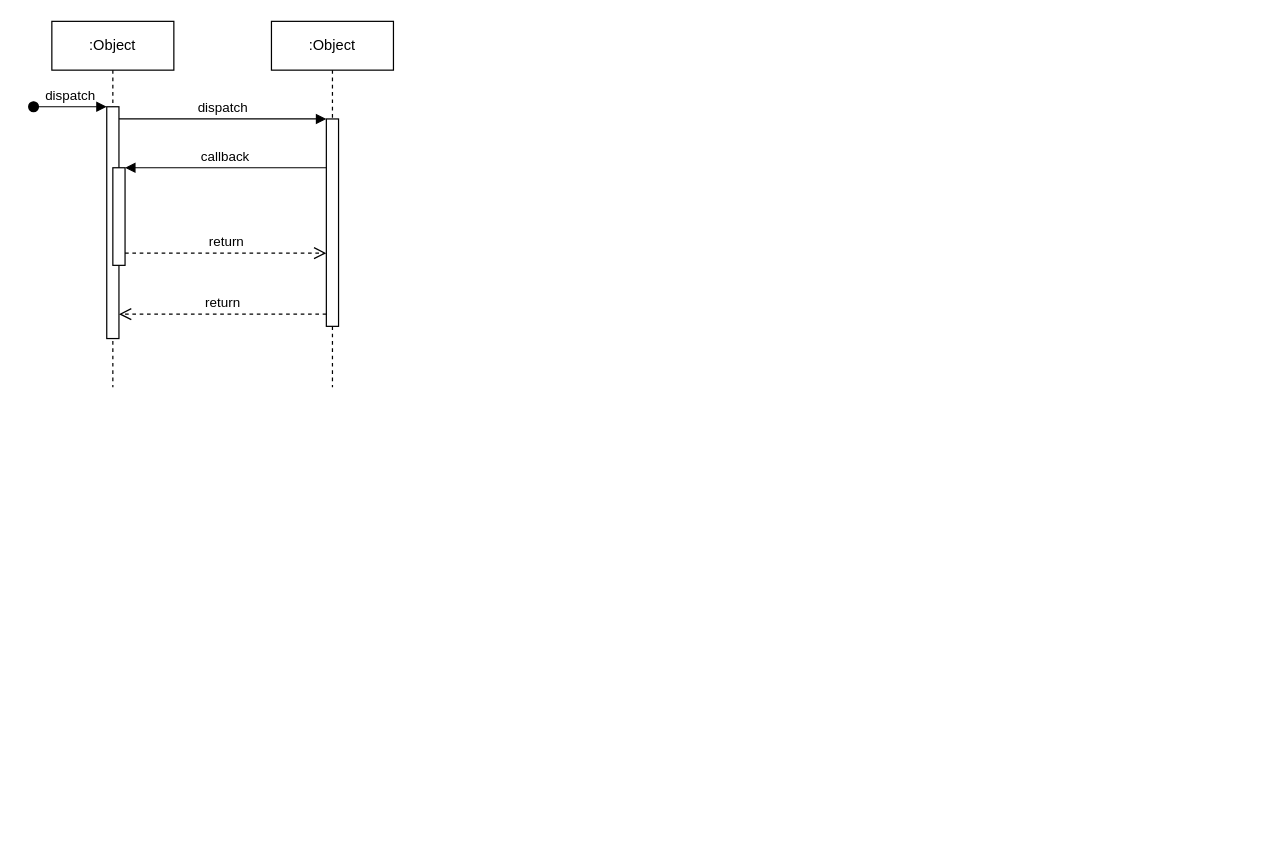
Before: devops/OAuth20-Sequence-Diagram.drawio in Adam-Lechnos/diagrams-charts, a draw.io diagram. Source tidied: cells renumbered, new cells numbered last; positions are measured from the earlier drawing's top-left corner, leaving out a move shared by most shapes. Both pictures are drawn from the tidied source at 122%, with x=0, y=0 at pixel (33, 21).
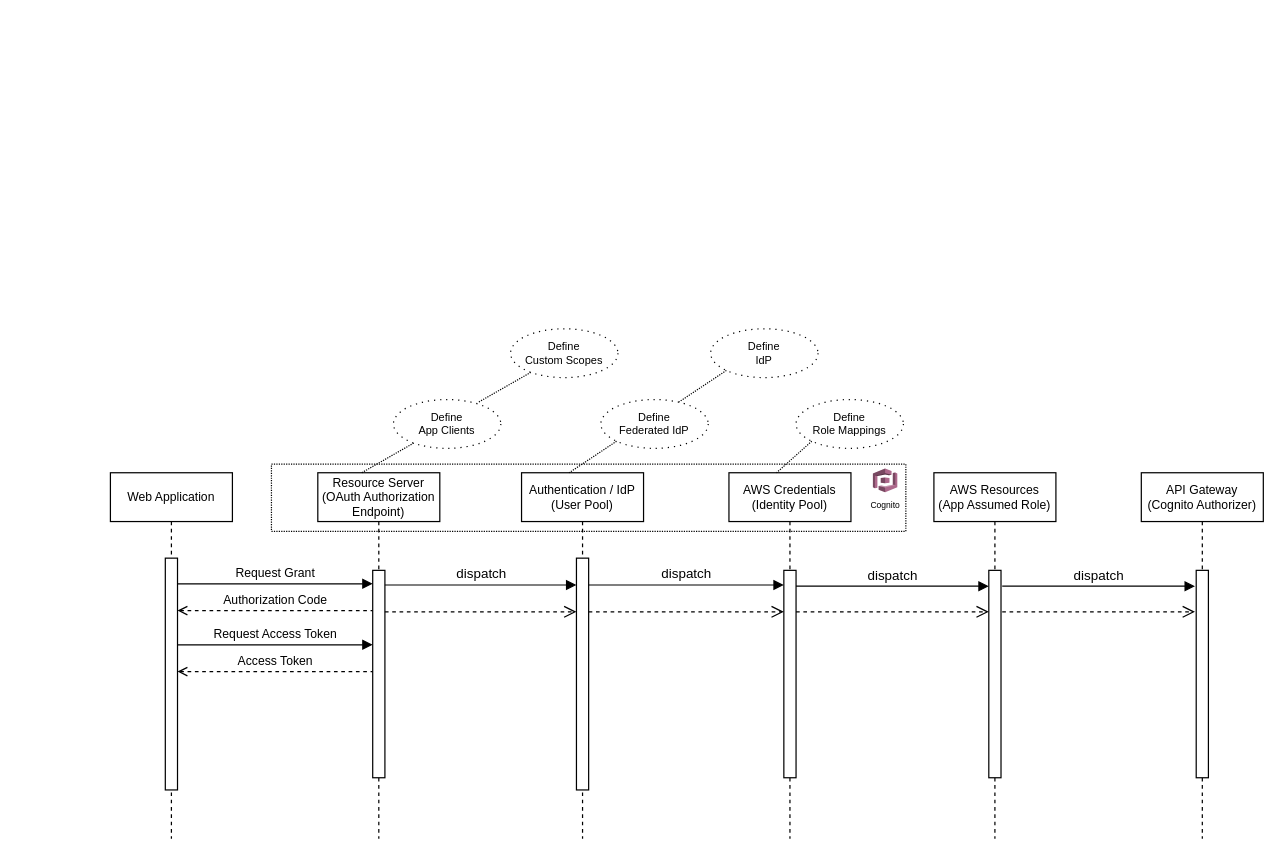
The same page after the edit.

The change refers to these unchanged cells:
```xml
<mxCell id="3" style="html=1;points=[];perimeter=orthogonalPerimeter;outlineConnect=0;targetShapes=umlLifeline;portConstraint=eastwest;newEdgeStyle={&quot;edgeStyle&quot;:&quot;elbowEdgeStyle&quot;,&quot;elbow&quot;:&quot;vertical&quot;,&quot;curved&quot;:0,&quot;rounded&quot;:0};" parent="2" vertex="1">
  <mxGeometry x="45" y="70" width="10" height="190" as="geometry" />
</mxCell>
<mxCell id="7" style="html=1;points=[];perimeter=orthogonalPerimeter;outlineConnect=0;targetShapes=umlLifeline;portConstraint=eastwest;newEdgeStyle={&quot;edgeStyle&quot;:&quot;elbowEdgeStyle&quot;,&quot;elbow&quot;:&quot;vertical&quot;,&quot;curved&quot;:0,&quot;rounded&quot;:0};" parent="6" vertex="1">
  <mxGeometry x="45" y="80" width="10" height="170" as="geometry" />
</mxCell>
```

Change to the diagram source:
```diff
@@
+    <mxCell id="12" style="rounded=0;whiteSpace=wrap;html=1;fillColor=none;dashed=1;dashPattern=1 1;" parent="1" vertex="1">
+      <mxGeometry x="195" y="363" width="520" height="55" as="geometry" />
+    </mxCell>
-    <mxCell id="2" value=":Object" style="shape=umlLifeline;perimeter=lifelinePerimeter;whiteSpace=wrap;html=1;newEdgeStyle={&quot;edgeStyle&quot;:&quot;elbowEdgeStyle&quot;,&quot;elbow&quot;:&quot;vertical&quot;,&quot;curved&quot;:0,&quot;rounded&quot;:0};" parent="1" vertex="1">
-      <mxGeometry x="15" width="100" height="300" as="geometry" />
+    <mxCell id="2" value="Web Application" style="shape=umlLifeline;perimeter=lifelinePerimeter;whiteSpace=wrap;html=1;newEdgeStyle={&quot;edgeStyle&quot;:&quot;elbowEdgeStyle&quot;,&quot;elbow&quot;:&quot;vertical&quot;,&quot;curved&quot;:0,&quot;rounded&quot;:0};fontSize=10;" parent="1" vertex="1">
+      <mxGeometry x="63" y="370" width="100" height="300" as="geometry" />
     </mxCell>
@@
-    <mxCell id="4" value="dispatch" style="html=1;verticalAlign=bottom;startArrow=oval;endArrow=block;startSize=8;edgeStyle=elbowEdgeStyle;elbow=vertical;curved=0;rounded=0;" parent="2" edge="1" target="3">
-      <mxGeometry relative="1" as="geometry">
-        <mxPoint x="-15" y="70" as="sourcePoint" />
-      </mxGeometry>
-    </mxCell>
-    <mxCell id="5" style="html=1;points=[];perimeter=orthogonalPerimeter;outlineConnect=0;targetShapes=umlLifeline;portConstraint=eastwest;newEdgeStyle={&quot;edgeStyle&quot;:&quot;elbowEdgeStyle&quot;,&quot;elbow&quot;:&quot;vertical&quot;,&quot;curved&quot;:0,&quot;rounded&quot;:0};" parent="2" vertex="1">
-      <mxGeometry x="50" y="120" width="10" height="80" as="geometry" />
-    </mxCell>
-    <mxCell id="6" value=":Object" style="shape=umlLifeline;perimeter=lifelinePerimeter;whiteSpace=wrap;html=1;newEdgeStyle={&quot;edgeStyle&quot;:&quot;elbowEdgeStyle&quot;,&quot;elbow&quot;:&quot;vertical&quot;,&quot;curved&quot;:0,&quot;rounded&quot;:0};" parent="1" vertex="1">
-      <mxGeometry x="195" width="100" height="300" as="geometry" />
+    <mxCell id="6" value="Resource Server&lt;br style=&quot;font-size: 10px;&quot;&gt;(OAuth Authorization Endpoint)" style="shape=umlLifeline;perimeter=lifelinePerimeter;whiteSpace=wrap;html=1;newEdgeStyle={&quot;edgeStyle&quot;:&quot;elbowEdgeStyle&quot;,&quot;elbow&quot;:&quot;vertical&quot;,&quot;curved&quot;:0,&quot;rounded&quot;:0};fontSize=10;" parent="1" vertex="1">
+      <mxGeometry x="233" y="370" width="100" height="300" as="geometry" />
     </mxCell>
@@
-    <mxCell id="8" value="dispatch" style="html=1;verticalAlign=bottom;endArrow=block;edgeStyle=elbowEdgeStyle;elbow=vertical;curved=0;rounded=0;" parent="1" edge="1" source="3" target="7">
+    <mxCell id="8" value="Request Grant" style="html=1;verticalAlign=bottom;endArrow=block;edgeStyle=elbowEdgeStyle;elbow=vertical;curved=0;rounded=0;fontSize=10;" parent="1" edge="1">
       <mxGeometry relative="1" as="geometry">
+        <mxPoint x="118" y="461" as="sourcePoint" />
+        <mxPoint x="278" y="461" as="targetPoint" />
         <Array as="points">
-          <mxPoint x="155" y="80" />
+          <mxPoint x="203" y="461" />
         </Array>
       </mxGeometry>
     </mxCell>
-    <mxCell id="9" value="return" style="html=1;verticalAlign=bottom;endArrow=open;dashed=1;endSize=8;edgeStyle=elbowEdgeStyle;elbow=vertical;curved=0;rounded=0;" parent="1" edge="1" source="7" target="3">
-      <mxGeometry relative="1" as="geometry">
-        <Array as="points">
-          <mxPoint x="165" y="240" />
-        </Array>
-      </mxGeometry>
-    </mxCell>
-    <mxCell id="10" value="callback" style="html=1;verticalAlign=bottom;endArrow=block;edgeStyle=elbowEdgeStyle;elbow=vertical;curved=0;rounded=0;" parent="1" edge="1" source="7" target="5">
-      <mxGeometry relative="1" as="geometry">
-        <Array as="points">
-          <mxPoint x="165" y="120" />
-        </Array>
-      </mxGeometry>
-    </mxCell>
-    <mxCell id="11" value="return" style="html=1;verticalAlign=bottom;endArrow=open;dashed=1;endSize=8;edgeStyle=elbowEdgeStyle;elbow=vertical;curved=0;rounded=0;" parent="1" edge="1" source="5" target="7">
+    <mxCell id="11" value="Authorization Code" style="html=1;verticalAlign=bottom;endArrow=none;dashed=1;endSize=8;edgeStyle=elbowEdgeStyle;elbow=vertical;curved=0;rounded=0;startArrow=open;startFill=0;endFill=0;fontSize=10;" parent="1" edge="1">
       <mxGeometry relative="1" as="geometry">
+        <mxPoint x="118" y="483" as="sourcePoint" />
+        <mxPoint x="278" y="483" as="targetPoint" />
         <Array as="points">
-          <mxPoint x="155" y="190" />
+          <mxPoint x="203" y="483" />
         </Array>
       </mxGeometry>
     </mxCell>
+    <mxCell id="13" value="AWS Credentials&lt;br style=&quot;font-size: 10px;&quot;&gt;(Identity Pool)" style="shape=umlLifeline;perimeter=lifelinePerimeter;whiteSpace=wrap;html=1;newEdgeStyle={&quot;edgeStyle&quot;:&quot;elbowEdgeStyle&quot;,&quot;elbow&quot;:&quot;vertical&quot;,&quot;curved&quot;:0,&quot;rounded&quot;:0};fontSize=10;" parent="1" vertex="1">
+      <mxGeometry x="570" y="370" width="100" height="300" as="geometry" />
+    </mxCell>
+    <mxCell id="14" style="html=1;points=[];perimeter=orthogonalPerimeter;outlineConnect=0;targetShapes=umlLifeline;portConstraint=eastwest;newEdgeStyle={&quot;edgeStyle&quot;:&quot;elbowEdgeStyle&quot;,&quot;elbow&quot;:&quot;vertical&quot;,&quot;curved&quot;:0,&quot;rounded&quot;:0};" parent="13" vertex="1">
+      <mxGeometry x="45" y="80" width="10" height="170" as="geometry" />
+    </mxCell>
+    <mxCell id="15" value="dispatch" style="html=1;verticalAlign=bottom;endArrow=block;edgeStyle=elbowEdgeStyle;elbow=vertical;curved=0;rounded=0;" parent="1" edge="1">
+      <mxGeometry relative="1" as="geometry">
+        <mxPoint x="288" y="462" as="sourcePoint" />
+        <mxPoint x="445" y="462" as="targetPoint" />
+        <Array as="points">
+          <mxPoint x="393" y="462" />
+        </Array>
+      </mxGeometry>
+    </mxCell>
+    <mxCell id="16" style="rounded=0;jettySize=auto;html=1;dashed=1;endArrow=none;endFill=0;entryX=0.37;entryY=0;entryDx=0;entryDy=0;entryPerimeter=0;dashPattern=1 1;" parent="1" edge="1" source="17">
+      <mxGeometry relative="1" as="geometry">
+        <mxPoint x="269" y="370" as="targetPoint" />
+      </mxGeometry>
+    </mxCell>
+    <mxCell id="17" value="Define&lt;br&gt;App Clients" style="ellipse;whiteSpace=wrap;html=1;fontSize=9;dashed=1;dashPattern=1 4;" parent="1" vertex="1">
+      <mxGeometry x="295" y="310" width="88" height="40" as="geometry" />
+    </mxCell>
+    <mxCell id="18" value="Define&lt;br&gt;Federated IdP" style="ellipse;whiteSpace=wrap;html=1;fontSize=9;dashed=1;dashPattern=1 4;" parent="1" vertex="1">
+      <mxGeometry x="465" y="310" width="88" height="40" as="geometry" />
+    </mxCell>
+    <mxCell id="19" value="Define&lt;br&gt;Role Mappings" style="ellipse;whiteSpace=wrap;html=1;fontSize=9;dashed=1;dashPattern=1 4;" parent="1" vertex="1">
+      <mxGeometry x="625" y="310" width="88" height="40" as="geometry" />
+    </mxCell>
+    <mxCell id="20" value="AWS Resources&lt;br&gt;(App Assumed Role)" style="shape=umlLifeline;perimeter=lifelinePerimeter;whiteSpace=wrap;html=1;newEdgeStyle={&quot;edgeStyle&quot;:&quot;elbowEdgeStyle&quot;,&quot;elbow&quot;:&quot;vertical&quot;,&quot;curved&quot;:0,&quot;rounded&quot;:0};fontSize=10;" parent="1" vertex="1">
+      <mxGeometry x="738" y="370" width="100" height="300" as="geometry" />
+    </mxCell>
+    <mxCell id="21" style="html=1;points=[];perimeter=orthogonalPerimeter;outlineConnect=0;targetShapes=umlLifeline;portConstraint=eastwest;newEdgeStyle={&quot;edgeStyle&quot;:&quot;elbowEdgeStyle&quot;,&quot;elbow&quot;:&quot;vertical&quot;,&quot;curved&quot;:0,&quot;rounded&quot;:0};" parent="20" vertex="1">
+      <mxGeometry x="45" y="80" width="10" height="170" as="geometry" />
+    </mxCell>
+    <mxCell id="22" style="html=1;verticalAlign=bottom;endArrow=open;dashed=1;endSize=8;edgeStyle=elbowEdgeStyle;elbow=vertical;curved=0;rounded=0;" parent="1" edge="1" source="7">
+      <mxGeometry relative="1" as="geometry">
+        <mxPoint x="445" y="484" as="targetPoint" />
+      </mxGeometry>
+    </mxCell>
+    <mxCell id="23" value="Authentication / IdP&lt;br style=&quot;font-size: 10px;&quot;&gt;(User Pool)" style="shape=umlLifeline;perimeter=lifelinePerimeter;whiteSpace=wrap;html=1;newEdgeStyle={&quot;edgeStyle&quot;:&quot;elbowEdgeStyle&quot;,&quot;elbow&quot;:&quot;vertical&quot;,&quot;curved&quot;:0,&quot;rounded&quot;:0};fontSize=10;" parent="1" vertex="1">
+      <mxGeometry x="400" y="370" width="100" height="300" as="geometry" />
+    </mxCell>
+    <mxCell id="24" style="html=1;points=[];perimeter=orthogonalPerimeter;outlineConnect=0;targetShapes=umlLifeline;portConstraint=eastwest;newEdgeStyle={&quot;edgeStyle&quot;:&quot;elbowEdgeStyle&quot;,&quot;elbow&quot;:&quot;vertical&quot;,&quot;curved&quot;:0,&quot;rounded&quot;:0};" parent="23" vertex="1">
+      <mxGeometry x="45" y="70" width="10" height="190" as="geometry" />
+    </mxCell>
+    <mxCell id="25" value="dispatch" style="html=1;verticalAlign=bottom;endArrow=block;edgeStyle=elbowEdgeStyle;elbow=vertical;curved=0;rounded=0;" parent="1" edge="1" source="24" target="14">
+      <mxGeometry relative="1" as="geometry">
+        <Array as="points">
+          <mxPoint x="561" y="462" />
+        </Array>
+      </mxGeometry>
+    </mxCell>
+    <mxCell id="26" style="html=1;verticalAlign=bottom;endArrow=open;dashed=1;endSize=8;edgeStyle=elbowEdgeStyle;elbow=vertical;curved=0;rounded=0;" parent="1" edge="1">
+      <mxGeometry relative="1" as="geometry">
+        <mxPoint x="455" y="484" as="sourcePoint" />
+        <mxPoint x="615" y="484" as="targetPoint" />
+      </mxGeometry>
+    </mxCell>
+    <mxCell id="27" value="dispatch" style="html=1;verticalAlign=bottom;endArrow=block;edgeStyle=elbowEdgeStyle;elbow=vertical;curved=0;rounded=0;" parent="1" edge="1" source="14" target="21">
+      <mxGeometry relative="1" as="geometry">
+        <Array as="points">
+          <mxPoint x="730" y="463" />
+        </Array>
+      </mxGeometry>
+    </mxCell>
+    <mxCell id="28" style="html=1;verticalAlign=bottom;endArrow=open;dashed=1;endSize=8;edgeStyle=elbowEdgeStyle;elbow=vertical;curved=0;rounded=0;" parent="1" edge="1">
+      <mxGeometry relative="1" as="geometry">
+        <mxPoint x="625" y="484" as="sourcePoint" />
+        <mxPoint x="783" y="484" as="targetPoint" />
+      </mxGeometry>
+    </mxCell>
+    <mxCell id="29" style="rounded=0;jettySize=auto;html=1;dashed=1;endArrow=none;endFill=0;entryX=0.37;entryY=0;entryDx=0;entryDy=0;entryPerimeter=0;dashPattern=1 1;exitX=0;exitY=1;exitDx=0;exitDy=0;" parent="1" edge="1" source="18">
+      <mxGeometry relative="1" as="geometry">
+        <mxPoint x="439" y="370" as="targetPoint" />
+      </mxGeometry>
+    </mxCell>
+    <mxCell id="30" style="rounded=0;jettySize=auto;html=1;dashed=1;endArrow=none;endFill=0;entryX=0.37;entryY=0;entryDx=0;entryDy=0;entryPerimeter=0;dashPattern=1 1;exitX=0;exitY=1;exitDx=0;exitDy=0;" parent="1" edge="1" source="19">
+      <mxGeometry relative="1" as="geometry">
+        <mxPoint x="609" y="370" as="targetPoint" />
+      </mxGeometry>
+    </mxCell>
+    <mxCell id="31" value="API Gateway&lt;br style=&quot;font-size: 10px;&quot;&gt;(Cognito Authorizer)" style="shape=umlLifeline;perimeter=lifelinePerimeter;whiteSpace=wrap;html=1;newEdgeStyle={&quot;edgeStyle&quot;:&quot;elbowEdgeStyle&quot;,&quot;elbow&quot;:&quot;vertical&quot;,&quot;curved&quot;:0,&quot;rounded&quot;:0};fontSize=10;" parent="1" vertex="1">
+      <mxGeometry x="908" y="370" width="100" height="300" as="geometry" />
+    </mxCell>
+    <mxCell id="32" style="html=1;perimeter=orthogonalPerimeter;targetShapes=umlLifeline;newEdgeStyle={&quot;edgeStyle&quot;:&quot;elbowEdgeStyle&quot;,&quot;elbow&quot;:&quot;vertical&quot;,&quot;curved&quot;:0,&quot;rounded&quot;:0};" parent="31" vertex="1">
+      <mxGeometry x="45" y="80" width="10" height="170" as="geometry" />
+    </mxCell>
+    <mxCell id="33" value="dispatch" style="html=1;verticalAlign=bottom;endArrow=block;edgeStyle=elbowEdgeStyle;elbow=vertical;curved=0;rounded=0;" parent="1" edge="1">
+      <mxGeometry relative="1" as="geometry">
+        <mxPoint x="794" y="463" as="sourcePoint" />
+        <mxPoint x="952" y="463" as="targetPoint" />
+        <Array as="points">
+          <mxPoint x="899" y="463" />
+        </Array>
+      </mxGeometry>
+    </mxCell>
+    <mxCell id="34" style="html=1;verticalAlign=bottom;endArrow=open;dashed=1;endSize=8;edgeStyle=elbowEdgeStyle;elbow=vertical;curved=0;rounded=0;" parent="1" edge="1">
+      <mxGeometry relative="1" as="geometry">
+        <mxPoint x="794" y="484" as="sourcePoint" />
+        <mxPoint x="952" y="484" as="targetPoint" />
+      </mxGeometry>
+    </mxCell>
+    <mxCell id="35" value="Cognito" style="dashed=0;verticalLabelPosition=bottom;verticalAlign=top;align=center;html=1;shape=mxgraph.aws3.cognito;fillColor=#AD688B;gradientColor=none;fontSize=7;" parent="1" vertex="1">
+      <mxGeometry x="688" y="366.5" width="20" height="19.5" as="geometry" />
+    </mxCell>
+    <mxCell id="36" value="Request Access Token" style="html=1;verticalAlign=bottom;endArrow=block;edgeStyle=elbowEdgeStyle;elbow=vertical;curved=0;rounded=0;fontSize=10;" parent="1" edge="1">
+      <mxGeometry relative="1" as="geometry">
+        <mxPoint x="118" y="511" as="sourcePoint" />
+        <mxPoint x="278" y="511" as="targetPoint" />
+        <Array as="points">
+          <mxPoint x="203" y="511" />
+        </Array>
+      </mxGeometry>
+    </mxCell>
+    <mxCell id="37" value="Access Token" style="html=1;verticalAlign=bottom;endArrow=none;dashed=1;endSize=8;edgeStyle=elbowEdgeStyle;elbow=vertical;curved=0;rounded=0;startArrow=open;startFill=0;endFill=0;fontSize=10;" parent="1" edge="1">
+      <mxGeometry relative="1" as="geometry">
+        <mxPoint x="118" y="533" as="sourcePoint" />
+        <mxPoint x="278" y="533" as="targetPoint" />
+        <Array as="points">
+          <mxPoint x="203" y="533" />
+        </Array>
+      </mxGeometry>
+    </mxCell>
+    <mxCell id="38" style="rounded=0;orthogonalLoop=1;jettySize=auto;html=1;dashed=1;endArrow=none;endFill=0;entryX=0.37;entryY=0;entryDx=0;entryDy=0;entryPerimeter=0;dashPattern=1 1;" parent="1" edge="1">
+      <mxGeometry relative="1" as="geometry">
+        <mxPoint x="407.6" y="287.7" as="sourcePoint" />
+        <mxPoint x="365" y="312" as="targetPoint" />
+      </mxGeometry>
+    </mxCell>
+    <mxCell id="39" value="Define&lt;br&gt;Custom Scopes" style="ellipse;whiteSpace=wrap;html=1;fontSize=9;dashed=1;dashPattern=1 4;" parent="1" vertex="1">
+      <mxGeometry x="391" y="252" width="88" height="40" as="geometry" />
+    </mxCell>
+    <mxCell id="40" value="Define&lt;br&gt;IdP" style="ellipse;whiteSpace=wrap;html=1;fontSize=9;dashed=1;dashPattern=1 4;" parent="1" vertex="1">
+      <mxGeometry x="555" y="252" width="88" height="40" as="geometry" />
+    </mxCell>
+    <mxCell id="41" style="rounded=0;jettySize=auto;html=1;dashed=1;endArrow=none;endFill=0;entryX=0.37;entryY=0;entryDx=0;entryDy=0;entryPerimeter=0;dashPattern=1 1;exitX=0;exitY=1;exitDx=0;exitDy=0;" parent="1" edge="1" source="40">
+      <mxGeometry relative="1" as="geometry">
+        <mxPoint x="529" y="312" as="targetPoint" />
+      </mxGeometry>
+    </mxCell>
```
